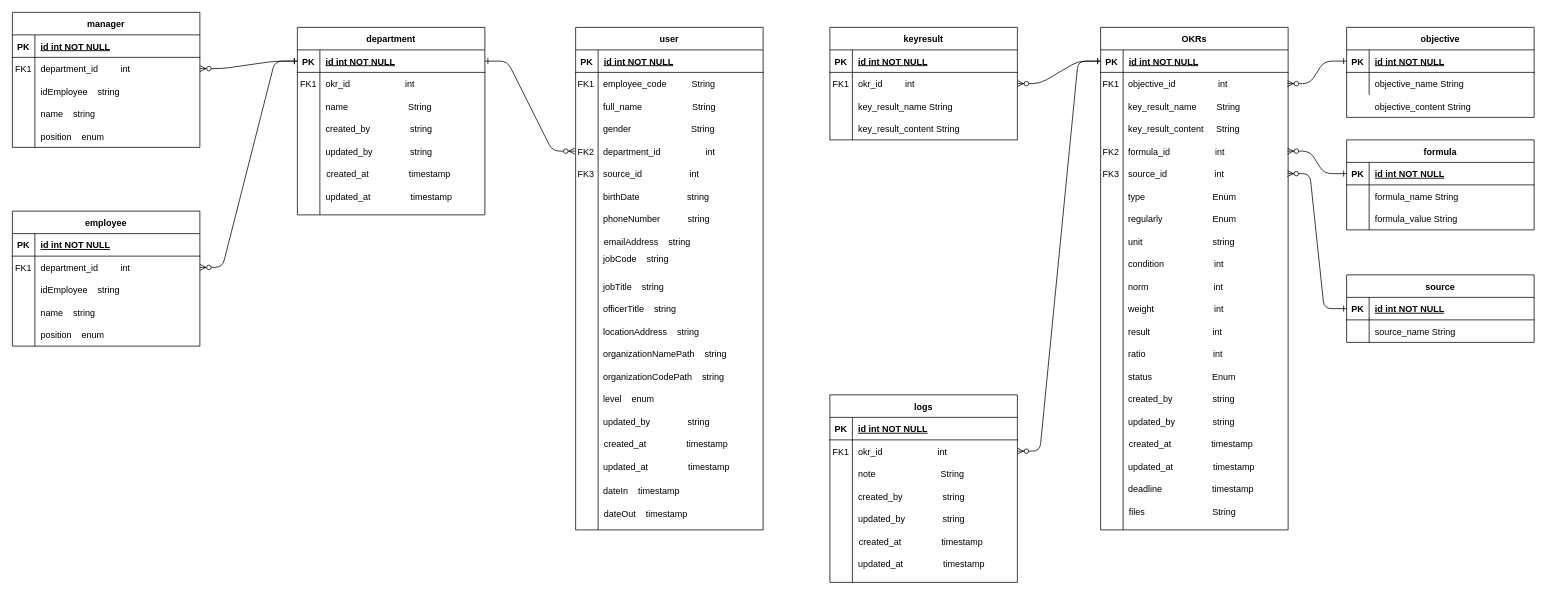
Above: Biểu đồ không có tiêu đề.drawio in Giangphhe228/employeeManage (draw.io), before the change. Source tidied: cells renumbered, new cells numbered last; positions are measured from the earlier drawing's top-left corner, leaving out a move shared by most shapes. Both pictures are drawn from the tidied source at 75%, with x=0, y=0 at pixel (12, 12).
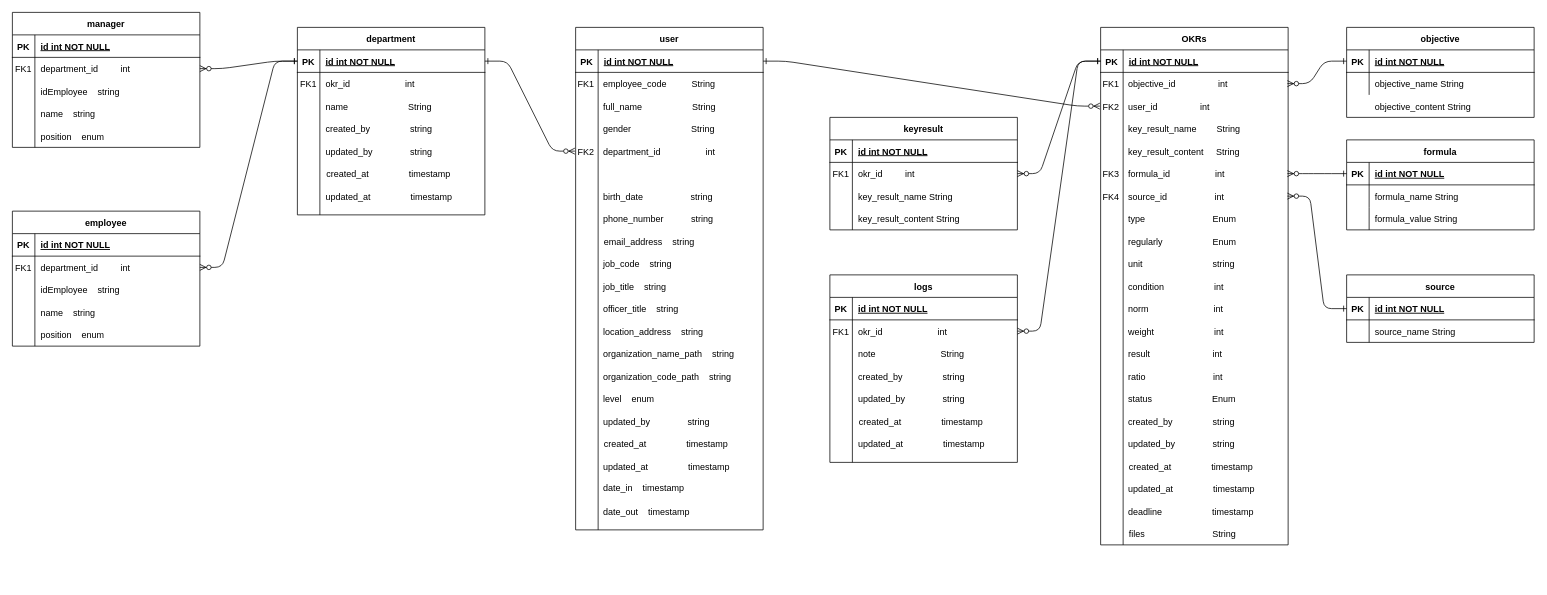
The same page after the edit.

Commit message (it also covers changes not shown here):
Cập nhật Biểu đồ không có tiêu đề.drawio

The change refers to these unchanged cells:
```xml
<mxCell id="126" style="shape=partialRectangle;fillColor=none;points=[[0,0.5],[1,0.5]];portConstraint=eastwest;top=0;left=0;right=0;bottom=1;" parent="125" vertex="1">
  <mxGeometry y="30" width="250" height="30" as="geometry" />
</mxCell>
<mxCell id="147" style="shape=partialRectangle;fillColor=none;top=0;left=0;right=0;bottom=0;" parent="1" vertex="1">
  <mxGeometry x="750" y="230" width="250" height="30" as="geometry" />
</mxCell>
<mxCell id="150" style="shape=partialRectangle;fillColor=none;top=0;left=0;right=0;bottom=0;" parent="1" vertex="1">
  <mxGeometry x="750" y="260" width="250" height="30" as="geometry" />
</mxCell>
<mxCell id="153" style="shape=partialRectangle;fillColor=none;top=0;left=0;right=0;bottom=0;" parent="1" vertex="1">
  <mxGeometry x="750" y="290" width="250" height="30" as="geometry" />
</mxCell>
<mxCell id="156" style="shape=partialRectangle;fillColor=none;top=0;left=0;right=0;bottom=0;" parent="1" vertex="1">
  <mxGeometry x="750" y="320" width="250" height="30" as="geometry" />
</mxCell>
<mxCell id="159" style="shape=partialRectangle;fillColor=none;top=0;left=0;right=0;bottom=0;" parent="1" vertex="1">
  <mxGeometry x="750" y="350" width="250" height="30" as="geometry" />
</mxCell>
<mxCell id="162" style="shape=partialRectangle;fillColor=none;top=0;left=0;right=0;bottom=0;" parent="1" vertex="1">
  <mxGeometry x="750" y="380" width="250" height="30" as="geometry" />
</mxCell>
<mxCell id="165" style="shape=partialRectangle;fillColor=none;top=0;left=0;right=0;bottom=0;" parent="1" vertex="1">
  <mxGeometry x="750" y="410" width="250" height="30" as="geometry" />
</mxCell>
<mxCell id="168" style="shape=partialRectangle;fillColor=none;top=0;left=0;right=0;bottom=0;" parent="1" vertex="1">
  <mxGeometry x="750" y="440" width="250" height="30" as="geometry" />
</mxCell>
<mxCell id="171" style="shape=partialRectangle;fillColor=none;top=0;left=0;right=0;bottom=0;" parent="1" vertex="1">
  <mxGeometry x="750" y="470" width="250" height="30" as="geometry" />
</mxCell>
```

The edit, as a diff of the source:
```diff
@@
     <mxCell id="9" value="OKRs" style="shape=table;startSize=30;childLayout=tableLayout;rowLines=0;fontStyle=1;align=center;" parent="1" vertex="1">
-      <mxGeometry x="1451" y="20" width="250" height="670" as="geometry" />
+      <mxGeometry x="1451" y="20" width="250" height="690" as="geometry" />
     </mxCell>
@@
     <mxCell id="13" style="shape=partialRectangle;fillColor=none;top=0;left=0;right=0;bottom=0;" parent="9" vertex="1">
-      <mxGeometry y="60" width="250" height="610" as="geometry" />
+      <mxGeometry y="60" width="250" height="630" as="geometry" />
     </mxCell>
     <mxCell id="14" style="shape=partialRectangle;overflow=hidden;fillColor=none;top=0;left=0;bottom=0;right=0;" parent="13" vertex="1">
-      <mxGeometry width="30" height="610" as="geometry" />
+      <mxGeometry width="30" height="630" as="geometry" />
     </mxCell>
     <mxCell id="15" style="shape=partialRectangle;overflow=hidden;fillColor=none;top=0;left=0;bottom=0;right=0;align=left;spacingLeft=6;" parent="13" vertex="1">
-      <mxGeometry x="30" width="220" height="610" as="geometry" />
+      <mxGeometry x="30" width="220" height="630" as="geometry" />
     </mxCell>
@@
     <mxCell id="33" style="shape=partialRectangle;fillColor=none;top=0;left=0;right=0;bottom=0;" parent="1" vertex="1">
-      <mxGeometry x="1450" y="110" width="250" height="30" as="geometry" />
+      <mxGeometry x="1450" y="140" width="250" height="30" as="geometry" />
     </mxCell>
@@
     <mxCell id="36" style="shape=partialRectangle;fillColor=none;top=0;left=0;right=0;bottom=0;" parent="1" vertex="1">
-      <mxGeometry x="1450" y="140" width="250" height="30" as="geometry" />
+      <mxGeometry x="1450" y="170" width="250" height="30" as="geometry" />
     </mxCell>
@@
     <mxCell id="47" style="shape=partialRectangle;fillColor=none;points=[[0,0.5],[1,0.5]];portConstraint=eastwest;top=0;left=0;right=0;bottom=0;" parent="1" vertex="1">
-      <mxGeometry x="1450" y="170" width="250" height="30" as="geometry" />
+      <mxGeometry x="1450" y="200" width="250" height="30" as="geometry" />
     </mxCell>
-    <mxCell id="48" value="FK2" style="shape=partialRectangle;overflow=hidden;fillColor=none;top=0;left=0;bottom=0;right=0;" parent="47" vertex="1">
+    <mxCell id="48" value="FK3" style="shape=partialRectangle;overflow=hidden;fillColor=none;top=0;left=0;bottom=0;right=0;" parent="47" vertex="1">
       <mxGeometry width="30" height="30" as="geometry" />
     </mxCell>
@@
     <mxCell id="50" style="shape=partialRectangle;fillColor=none;points=[[0,0.5],[1,0.5]];portConstraint=eastwest;top=0;left=0;right=0;bottom=0;" parent="1" vertex="1">
-      <mxGeometry x="1450" y="200" width="250" height="30" as="geometry" />
+      <mxGeometry x="1450" y="230" width="250" height="30" as="geometry" />
     </mxCell>
-    <mxCell id="51" value="FK3" style="shape=partialRectangle;overflow=hidden;fillColor=none;top=0;left=0;bottom=0;right=0;" parent="50" vertex="1">
+    <mxCell id="51" value="FK4" style="shape=partialRectangle;overflow=hidden;fillColor=none;top=0;left=0;bottom=0;right=0;" parent="50" vertex="1">
       <mxGeometry width="30" height="30" as="geometry" />
     </mxCell>
@@
     <mxCell id="55" style="shape=partialRectangle;fillColor=none;top=0;left=0;right=0;bottom=0;" parent="1" vertex="1">
-      <mxGeometry x="1450" y="230" width="250" height="30" as="geometry" />
+      <mxGeometry x="1450" y="260" width="250" height="30" as="geometry" />
     </mxCell>
@@
     <mxCell id="58" style="shape=partialRectangle;fillColor=none;top=0;left=0;right=0;bottom=0;" parent="1" vertex="1">
-      <mxGeometry x="1450" y="260" width="250" height="30" as="geometry" />
+      <mxGeometry x="1450" y="290" width="250" height="30" as="geometry" />
     </mxCell>
@@
     <mxCell id="61" style="shape=partialRectangle;fillColor=none;top=0;left=0;right=0;bottom=0;" parent="1" vertex="1">
-      <mxGeometry x="1450" y="290" width="250" height="30" as="geometry" />
+      <mxGeometry x="1450" y="320" width="250" height="30" as="geometry" />
     </mxCell>
@@
     <mxCell id="64" style="shape=partialRectangle;fillColor=none;top=0;left=0;right=0;bottom=0;" parent="1" vertex="1">
-      <mxGeometry x="1450" y="320" width="250" height="30" as="geometry" />
+      <mxGeometry x="1450" y="350" width="250" height="30" as="geometry" />
     </mxCell>
@@
     <mxCell id="67" style="shape=partialRectangle;fillColor=none;top=0;left=0;right=0;bottom=0;" parent="1" vertex="1">
-      <mxGeometry x="1450" y="350" width="250" height="30" as="geometry" />
+      <mxGeometry x="1450" y="380" width="250" height="30" as="geometry" />
     </mxCell>
@@
     <mxCell id="70" style="shape=partialRectangle;fillColor=none;top=0;left=0;right=0;bottom=0;" parent="1" vertex="1">
-      <mxGeometry x="1450" y="380" width="250" height="30" as="geometry" />
+      <mxGeometry x="1450" y="410" width="250" height="30" as="geometry" />
     </mxCell>
@@
     <mxCell id="73" style="shape=partialRectangle;fillColor=none;top=0;left=0;right=0;bottom=0;" parent="1" vertex="1">
-      <mxGeometry x="1450" y="410" width="250" height="30" as="geometry" />
+      <mxGeometry x="1450" y="440" width="250" height="30" as="geometry" />
     </mxCell>
@@
     <mxCell id="76" style="shape=partialRectangle;fillColor=none;top=0;left=0;right=0;bottom=0;" parent="1" vertex="1">
-      <mxGeometry x="1450" y="440" width="250" height="30" as="geometry" />
+      <mxGeometry x="1450" y="470" width="250" height="30" as="geometry" />
     </mxCell>
@@
     <mxCell id="79" style="shape=partialRectangle;fillColor=none;top=0;left=0;right=0;bottom=0;" parent="1" vertex="1">
-      <mxGeometry x="1450" y="470" width="250" height="30" as="geometry" />
+      <mxGeometry x="1450" y="500" width="250" height="30" as="geometry" />
     </mxCell>
@@
     <mxCell id="82" style="shape=partialRectangle;fillColor=none;top=0;left=0;right=0;bottom=0;" parent="1" vertex="1">
-      <mxGeometry x="1450" y="500" width="250" height="30" as="geometry" />
+      <mxGeometry x="1450" y="530" width="250" height="30" as="geometry" />
     </mxCell>
@@
     <mxCell id="85" value="keyresult" style="shape=table;startSize=30;childLayout=tableLayout;rowLines=0;fontStyle=1;align=center;" parent="1" vertex="1">
-      <mxGeometry x="1090" y="20" width="250" height="150" as="geometry" />
+      <mxGeometry x="1090" y="140" width="250" height="150" as="geometry" />
     </mxCell>
@@
     <mxCell id="92" style="shape=partialRectangle;fillColor=none;top=0;left=0;right=0;bottom=0;" parent="1" vertex="1">
-      <mxGeometry x="1450" y="530" width="250" height="30" as="geometry" />
+      <mxGeometry x="1450" y="560" width="250" height="30" as="geometry" />
     </mxCell>
@@
     <mxCell id="95" value="created_at                timestamp" style="shape=partialRectangle;overflow=hidden;fillColor=none;top=0;left=0;bottom=0;right=0;align=left;spacingLeft=6;" parent="1" vertex="1">
-      <mxGeometry x="1481" y="560" width="220" height="30" as="geometry" />
+      <mxGeometry x="1481" y="590" width="220" height="30" as="geometry" />
     </mxCell>
     <mxCell id="96" value="updated_at                timestamp" style="shape=partialRectangle;overflow=hidden;fillColor=none;top=0;left=0;bottom=0;right=0;align=left;spacingLeft=6;" parent="1" vertex="1">
-      <mxGeometry x="1480" y="590" width="220" height="30" as="geometry" />
+      <mxGeometry x="1480" y="620" width="220" height="30" as="geometry" />
     </mxCell>
     <mxCell id="97" value="deadline                    timestamp " style="shape=partialRectangle;overflow=hidden;fillColor=none;top=0;left=0;bottom=0;right=0;align=left;spacingLeft=6;" parent="1" vertex="1">
-      <mxGeometry x="1480" y="620" width="220" height="30" as="geometry" />
+      <mxGeometry x="1480" y="650" width="220" height="30" as="geometry" />
     </mxCell>
     <mxCell id="98" value="files                           String" style="shape=partialRectangle;overflow=hidden;fillColor=none;top=0;left=0;bottom=0;right=0;align=left;spacingLeft=6;" parent="1" vertex="1">
-      <mxGeometry x="1481" y="650" width="220" height="30" as="geometry" />
+      <mxGeometry x="1481" y="680" width="220" height="30" as="geometry" />
     </mxCell>
     <mxCell id="99" value="key_result_name String" style="shape=partialRectangle;overflow=hidden;fillColor=none;top=0;left=0;bottom=0;right=0;align=left;spacingLeft=6;" parent="1" vertex="1">
-      <mxGeometry x="1120" y="110" width="220" height="30" as="geometry" />
+      <mxGeometry x="1120" y="230" width="220" height="30" as="geometry" />
     </mxCell>
     <mxCell id="100" value="key_result_content String" style="shape=partialRectangle;overflow=hidden;fillColor=none;top=0;left=0;bottom=0;right=0;align=left;spacingLeft=6;" parent="1" vertex="1">
-      <mxGeometry x="1120" y="140" width="220" height="30" as="geometry" />
+      <mxGeometry x="1120" y="260" width="220" height="30" as="geometry" />
     </mxCell>
     <mxCell id="101" style="shape=partialRectangle;fillColor=none;points=[[0,0.5],[1,0.5]];portConstraint=eastwest;top=0;left=0;right=0;bottom=0;" parent="1" vertex="1">
-      <mxGeometry x="1090" y="80" width="250" height="30" as="geometry" />
+      <mxGeometry x="1090" y="200" width="250" height="30" as="geometry" />
     </mxCell>
@@
     <mxCell id="105" value="logs" style="shape=table;startSize=30;childLayout=tableLayout;rowLines=0;fontStyle=1;align=center;" parent="1" vertex="1">
-      <mxGeometry x="1090" y="510" width="250" height="250" as="geometry" />
+      <mxGeometry x="1090" y="350" width="250" height="250" as="geometry" />
     </mxCell>
@@
     <mxCell id="112" value="note                          String" style="shape=partialRectangle;overflow=hidden;fillColor=none;top=0;left=0;bottom=0;right=0;align=left;spacingLeft=6;" parent="1" vertex="1">
-      <mxGeometry x="1120" y="600" width="220" height="30" as="geometry" />
+      <mxGeometry x="1120" y="440" width="220" height="30" as="geometry" />
     </mxCell>
     <mxCell id="113" style="shape=partialRectangle;fillColor=none;points=[[0,0.5],[1,0.5]];portConstraint=eastwest;top=0;left=0;right=0;bottom=0;" parent="1" vertex="1">
-      <mxGeometry x="1090" y="570" width="250" height="30" as="geometry" />
+      <mxGeometry x="1090" y="410" width="250" height="30" as="geometry" />
     </mxCell>
@@
     <mxCell id="117" style="shape=partialRectangle;fillColor=none;top=0;left=0;right=0;bottom=0;" parent="1" vertex="1">
-      <mxGeometry x="1090" y="630" width="250" height="30" as="geometry" />
+      <mxGeometry x="1090" y="470" width="250" height="30" as="geometry" />
     </mxCell>
@@
     <mxCell id="120" style="shape=partialRectangle;fillColor=none;top=0;left=0;right=0;bottom=0;" parent="1" vertex="1">
-      <mxGeometry x="1090" y="660" width="250" height="30" as="geometry" />
+      <mxGeometry x="1090" y="500" width="250" height="30" as="geometry" />
     </mxCell>
@@
     <mxCell id="123" value="created_at                timestamp" style="shape=partialRectangle;overflow=hidden;fillColor=none;top=0;left=0;bottom=0;right=0;align=left;spacingLeft=6;" parent="1" vertex="1">
-      <mxGeometry x="1121" y="690" width="220" height="30" as="geometry" />
+      <mxGeometry x="1121" y="530" width="220" height="30" as="geometry" />
     </mxCell>
     <mxCell id="124" value="updated_at                timestamp" style="shape=partialRectangle;overflow=hidden;fillColor=none;top=0;left=0;bottom=0;right=0;align=left;spacingLeft=6;" parent="1" vertex="1">
-      <mxGeometry x="1120" y="720" width="220" height="30" as="geometry" />
+      <mxGeometry x="1120" y="560" width="220" height="30" as="geometry" />
     </mxCell>
@@
-    <mxCell id="144" style="shape=partialRectangle;fillColor=none;top=0;left=0;right=0;bottom=0;" parent="1" vertex="1">
-      <mxGeometry x="750" y="200" width="250" height="30" as="geometry" />
-    </mxCell>
-    <mxCell id="145" value="FK3" style="shape=partialRectangle;overflow=hidden;fillColor=none;top=0;left=0;bottom=0;right=0;" parent="144" vertex="1">
-      <mxGeometry width="30" height="30" as="geometry" />
-    </mxCell>
-    <mxCell id="146" value="source_id                   int" style="shape=partialRectangle;overflow=hidden;fillColor=none;top=0;left=0;bottom=0;right=0;align=left;spacingLeft=6;" parent="144" vertex="1">
-      <mxGeometry x="30" width="220" height="30" as="geometry" />
-    </mxCell>
@@
-    <mxCell id="149" value="birthDate                   string" style="shape=partialRectangle;overflow=hidden;fillColor=none;top=0;left=0;bottom=0;right=0;align=left;spacingLeft=6;" parent="147" vertex="1">
+    <mxCell id="149" value="birth_date                   string" style="shape=partialRectangle;overflow=hidden;fillColor=none;top=0;left=0;bottom=0;right=0;align=left;spacingLeft=6;" parent="147" vertex="1">
       <mxGeometry x="30" width="220" height="30" as="geometry" />
     </mxCell>
@@
-    <mxCell id="152" value="phoneNumber           string" style="shape=partialRectangle;overflow=hidden;fillColor=none;top=0;left=0;bottom=0;right=0;align=left;spacingLeft=6;" parent="150" vertex="1">
+    <mxCell id="152" value="phone_number           string" style="shape=partialRectangle;overflow=hidden;fillColor=none;top=0;left=0;bottom=0;right=0;align=left;spacingLeft=6;" parent="150" vertex="1">
       <mxGeometry x="30" width="220" height="30" as="geometry" />
     </mxCell>
@@
-    <mxCell id="155" value="emailAddress    string" style="shape=partialRectangle;overflow=hidden;fillColor=none;top=0;left=0;bottom=0;right=0;align=left;spacingLeft=6;spacing=3;" parent="153" vertex="1">
+    <mxCell id="155" value="email_address    string" style="shape=partialRectangle;overflow=hidden;fillColor=none;top=0;left=0;bottom=0;right=0;align=left;spacingLeft=6;spacing=3;" parent="153" vertex="1">
       <mxGeometry x="30" width="220" height="30" as="geometry" />
     </mxCell>
@@
-    <mxCell id="158" value="jobCode    string&#10;" style="shape=partialRectangle;overflow=hidden;fillColor=none;top=0;left=0;bottom=0;right=0;align=left;spacingLeft=6;" parent="156" vertex="1">
+    <mxCell id="158" value="job_code    string" style="shape=partialRectangle;overflow=hidden;fillColor=none;top=0;left=0;bottom=0;right=0;align=left;spacingLeft=6;" parent="156" vertex="1">
       <mxGeometry x="30" width="220" height="30" as="geometry" />
     </mxCell>
@@
-    <mxCell id="161" value="jobTitle    string " style="shape=partialRectangle;overflow=hidden;fillColor=none;top=0;left=0;bottom=0;right=0;align=left;spacingLeft=6;" parent="159" vertex="1">
+    <mxCell id="161" value="job_title    string " style="shape=partialRectangle;overflow=hidden;fillColor=none;top=0;left=0;bottom=0;right=0;align=left;spacingLeft=6;" parent="159" vertex="1">
       <mxGeometry x="30" width="220" height="30" as="geometry" />
     </mxCell>
@@
-    <mxCell id="164" value="officerTitle    string" style="shape=partialRectangle;overflow=hidden;fillColor=none;top=0;left=0;bottom=0;right=0;align=left;spacingLeft=6;" parent="162" vertex="1">
+    <mxCell id="164" value="officer_title    string" style="shape=partialRectangle;overflow=hidden;fillColor=none;top=0;left=0;bottom=0;right=0;align=left;spacingLeft=6;" parent="162" vertex="1">
       <mxGeometry x="30" width="220" height="30" as="geometry" />
     </mxCell>
@@
-    <mxCell id="167" value="locationAddress    string" style="shape=partialRectangle;overflow=hidden;fillColor=none;top=0;left=0;bottom=0;right=0;align=left;spacingLeft=6;" parent="165" vertex="1">
+    <mxCell id="167" value="location_address    string" style="shape=partialRectangle;overflow=hidden;fillColor=none;top=0;left=0;bottom=0;right=0;align=left;spacingLeft=6;" parent="165" vertex="1">
       <mxGeometry x="30" width="220" height="30" as="geometry" />
     </mxCell>
@@
-    <mxCell id="170" value="organizationNamePath    string" style="shape=partialRectangle;overflow=hidden;fillColor=none;top=0;left=0;bottom=0;right=0;align=left;spacingLeft=6;" parent="168" vertex="1">
+    <mxCell id="170" value="organization_name_path    string" style="shape=partialRectangle;overflow=hidden;fillColor=none;top=0;left=0;bottom=0;right=0;align=left;spacingLeft=6;" parent="168" vertex="1">
       <mxGeometry x="30" width="220" height="30" as="geometry" />
     </mxCell>
@@
-    <mxCell id="173" value="organizationCodePath    string" style="shape=partialRectangle;overflow=hidden;fillColor=none;top=0;left=0;bottom=0;right=0;align=left;spacingLeft=6;" parent="171" vertex="1">
+    <mxCell id="173" value="organization_code_path    string" style="shape=partialRectangle;overflow=hidden;fillColor=none;top=0;left=0;bottom=0;right=0;align=left;spacingLeft=6;" parent="171" vertex="1">
       <mxGeometry x="30" width="220" height="30" as="geometry" />
     </mxCell>
@@
-    <mxCell id="182" value="dateIn    timestamp&#10; " style="shape=partialRectangle;overflow=hidden;fillColor=none;top=0;left=0;bottom=0;right=0;align=left;spacingLeft=6;" parent="1" vertex="1">
-      <mxGeometry x="780" y="630" width="220" height="30" as="geometry" />
+    <mxCell id="182" value="date_in    timestamp&#10; " style="shape=partialRectangle;overflow=hidden;fillColor=none;top=0;left=0;bottom=0;right=0;align=left;spacingLeft=6;verticalAlign=top;" parent="1" vertex="1">
+      <mxGeometry x="780" y="620" width="220" height="30" as="geometry" />
     </mxCell>
-    <mxCell id="183" value="dateOut    timestamp&#10;" style="shape=partialRectangle;overflow=hidden;fillColor=none;top=0;left=0;bottom=0;right=0;align=left;spacingLeft=6;" parent="1" vertex="1">
-      <mxGeometry x="781" y="660" width="220" height="30" as="geometry" />
+    <mxCell id="183" value="date_out    timestamp" style="shape=partialRectangle;overflow=hidden;fillColor=none;top=0;left=0;bottom=0;right=0;align=left;spacingLeft=6;" parent="1" vertex="1">
+      <mxGeometry x="780" y="650" width="220" height="30" as="geometry" />
     </mxCell>
@@
+    <mxCell id="232" style="shape=partialRectangle;fillColor=none;points=[[0,0.5],[1,0.5]];portConstraint=eastwest;top=0;left=0;right=0;bottom=0;" parent="1" vertex="1">
+      <mxGeometry x="1450" y="110" width="250" height="30" as="geometry" />
+    </mxCell>
+    <mxCell id="233" value="FK2" style="shape=partialRectangle;overflow=hidden;fillColor=none;top=0;left=0;bottom=0;right=0;" parent="232" vertex="1">
+      <mxGeometry width="30" height="30" as="geometry" />
+    </mxCell>
+    <mxCell id="234" value="user_id                 int" style="shape=partialRectangle;overflow=hidden;fillColor=none;top=0;left=0;bottom=0;right=0;align=left;spacingLeft=6;" parent="232" vertex="1">
+      <mxGeometry x="30" width="220" height="30" as="geometry" />
+    </mxCell>
+    <mxCell id="235" style="edgeStyle=entityRelationEdgeStyle;endArrow=ERzeroToMany;startArrow=ERone;endFill=1;startFill=0;entryX=0;entryY=0.5;entryDx=0;entryDy=0;exitX=1;exitY=0.5;exitDx=0;exitDy=0;" parent="1" edge="1" source="126" target="232">
+      <mxGeometry relative="1" as="geometry">
+        <Array as="points">
+          <mxPoint x="1720" y="120" />
+          <mxPoint x="1750" y="110" />
+        </Array>
+      </mxGeometry>
+    </mxCell>
```
